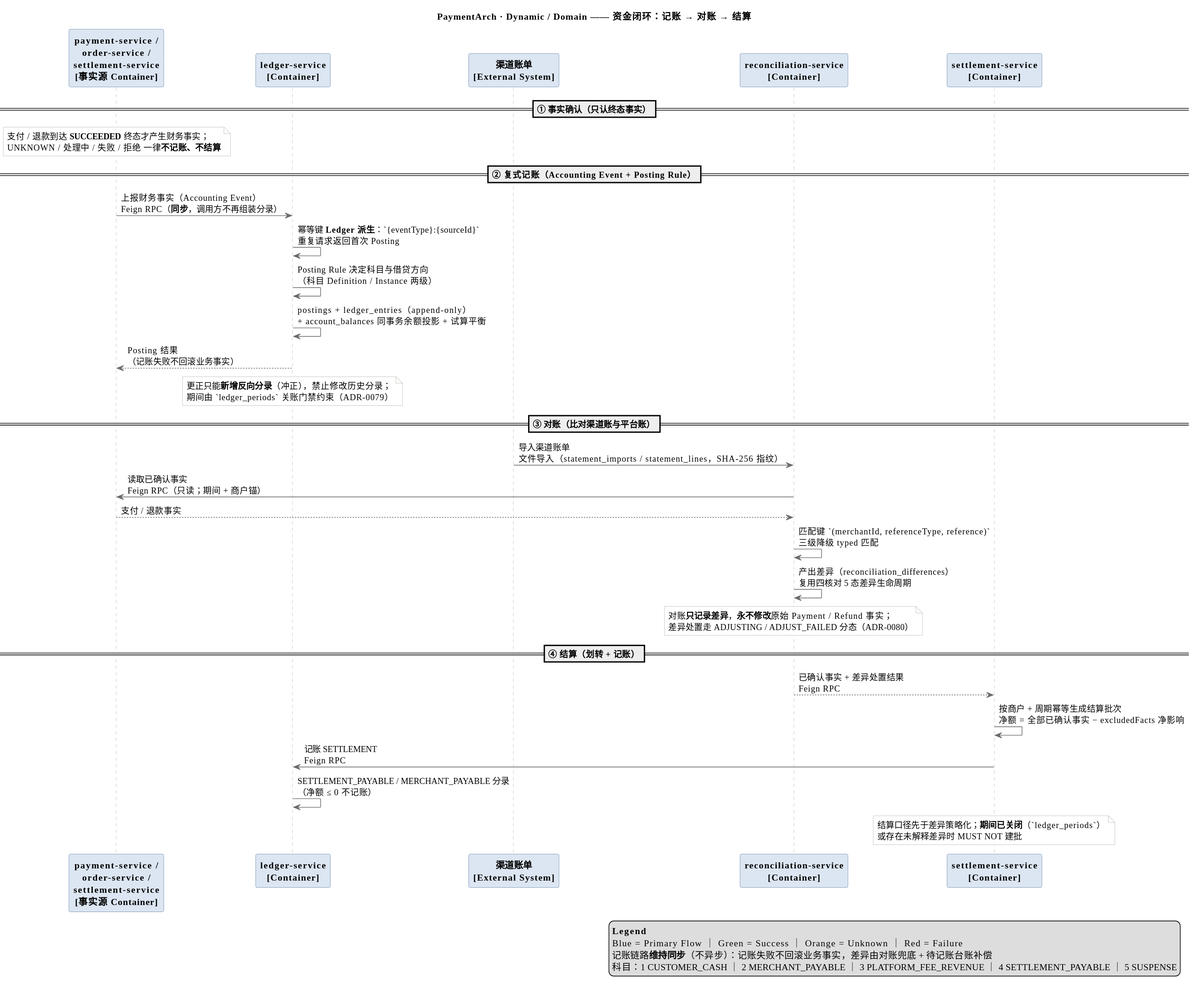
Before: docs/architecture/diagrams/07-ledger-reconciliation-flow.svg, a diagram exported from PlantUML (ckcky/Payment).
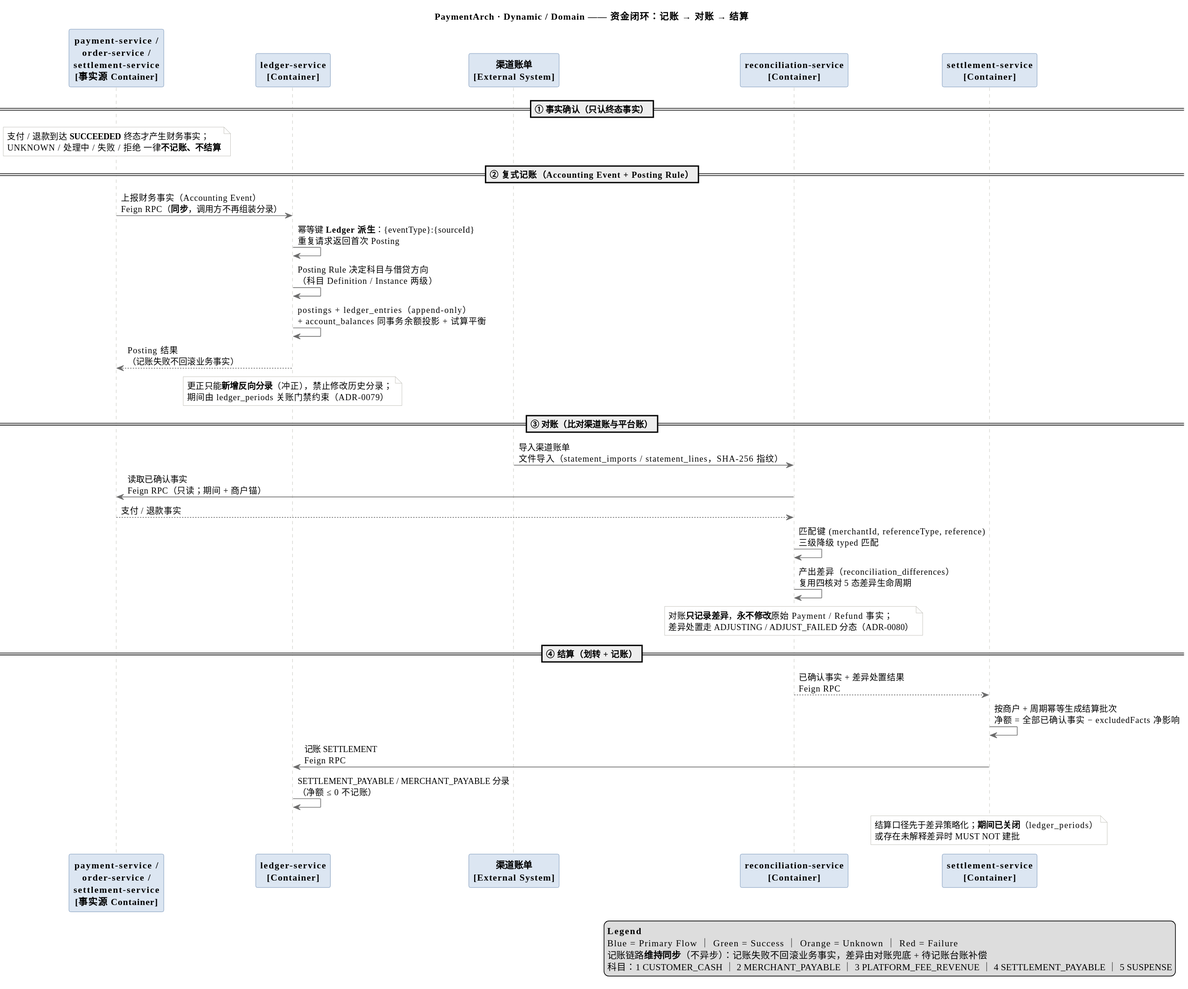
The same file after the commit.

Diff of the diagram source:
```diff
@@ -28,20 +28,20 @@
 
 == ② 复式记账（Accounting Event + Posting Rule）==
 SRC -> L : 上报财务事实（Accounting Event）\nFeign RPC（**同步**，调用方不再组装分录）
-L -> L : 幂等键 **Ledger 派生**：`{eventType}:{sourceId}`\n重复请求返回首次 Posting
+L -> L : 幂等键 **Ledger 派生**：{eventType}:{sourceId}\n重复请求返回首次 Posting
 L -> L : Posting Rule 决定科目与借贷方向\n（科目 Definition / Instance 两级）
 L -> L : postings + ledger_entries（append-only）\n+ account_balances 同事务余额投影 + 试算平衡
 L --> SRC : Posting 结果\n（记账失败不回滚业务事实）
 note over L
   更正只能**新增反向分录**（冲正），禁止修改历史分录；
-  期间由 `ledger_periods` 关账门禁约束（ADR-0079）
+  期间由 ledger_periods 关账门禁约束（ADR-0079）
 end note
 
 == ③ 对账（比对渠道账与平台账）==
 ST -> R : 导入渠道账单\n文件导入（statement_imports / statement_lines，SHA-256 指纹）
 R -> SRC : 读取已确认事实\nFeign RPC（只读；期间 + 商户锚）
 SRC --> R : 支付 / 退款事实
-R -> R : 匹配键 `(merchantId, referenceType, reference)`\n三级降级 typed 匹配
+R -> R : 匹配键 (merchantId, referenceType, reference)\n三级降级 typed 匹配
 R -> R : 产出差异（reconciliation_differences）\n复用四核对 5 态差异生命周期
 note over R
   对账**只记录差异**，**永不修改**原始 Payment / Refund 事实；
@@ -54,7 +54,7 @@
 S -> L : 记账 SETTLEMENT\nFeign RPC
 L -> L : SETTLEMENT_PAYABLE / MERCHANT_PAYABLE 分录\n（净额 ≤ 0 不记账）
 note over S
-  结算口径先于差异策略化；**期间已关闭**（`ledger_periods`）
+  结算口径先于差异策略化；**期间已关闭**（ledger_periods）
   或存在未解释差异时 MUST NOT 建批
 end note
 
```
